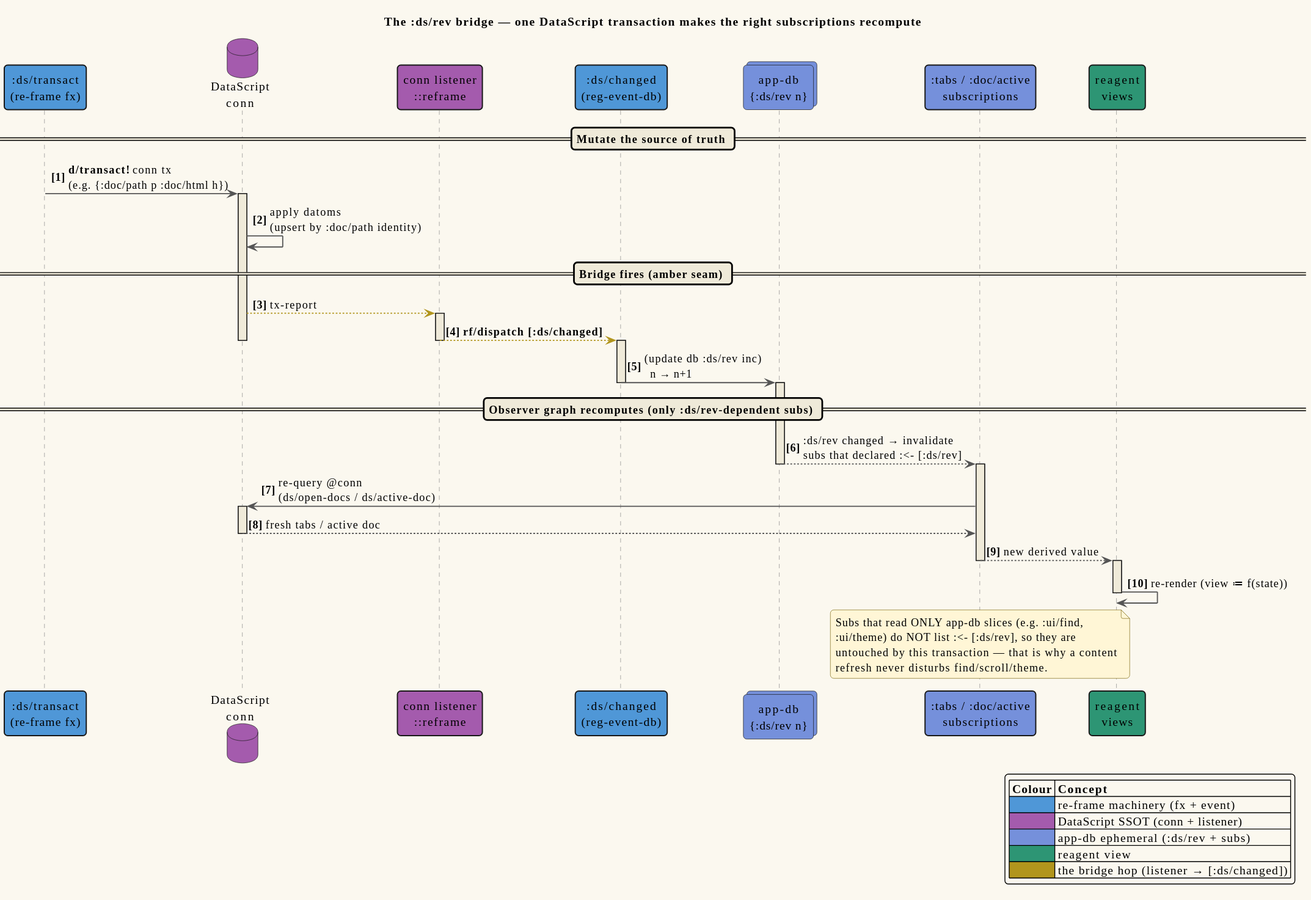
Above: docs/diagrams/object-ds-rev-bridge.svg in vinary-tree/vinary-viewer (PlantUML), before the change. Its source is kept beside it as docs/diagrams/object-ds-rev-bridge.puml. The source it was exported from:
```plantuml
@startuml object-ds-rev-bridge
!include _vv-theme.iuml

title The :ds/rev bridge — one DataScript transaction makes the right subscriptions recompute

autonumber "<b>[0]"

participant ":ds/transact\n(re-frame fx)" as FX #4F97D7
database "DataScript\nconn" as CONN #A45BAD
participant "conn listener\n::reframe" as LIS #A45BAD
participant ":ds/changed\n(reg-event-db)" as EV #4F97D7
collections "app-db\n{:ds/rev n}" as DB #7590DB
participant ":tabs / :doc/active\nsubscriptions" as SUB #7590DB
participant "reagent\nviews" as VIEW #2D9574

== Mutate the source of truth ==
FX -> CONN : **d/transact!** conn tx\n(e.g. {:doc/path p :doc/html h})
activate CONN
CONN -> CONN : apply datoms\n(upsert by :doc/path identity)

== Bridge fires (amber seam) ==
CONN -[#B1951D]-> LIS : tx-report
activate LIS
LIS -[#B1951D]-> EV : **rf/dispatch [:ds/changed]**
deactivate LIS
deactivate CONN
activate EV
EV -> DB : (update db :ds/rev inc)\n  n → n+1
deactivate EV
activate DB

== Observer graph recomputes (only :ds/rev-dependent subs) ==
DB --> SUB : :ds/rev changed → invalidate\nsubs that declared :<- [:ds/rev]
deactivate DB
activate SUB
SUB -> CONN : re-query @conn\n(ds/open-docs / ds/active-doc)
activate CONN
CONN --> SUB : fresh tabs / active doc
deactivate CONN
SUB --> VIEW : new derived value
deactivate SUB
activate VIEW
VIEW -> VIEW : re-render (view ≔ f(state))
deactivate VIEW

note over SUB
  Subs that read ONLY app-db slices (e.g. :ui/find,
  :ui/theme) do NOT list :<- [:ds/rev], so they are
  untouched by this transaction — that is why a content
  refresh never disturbs find/scroll/theme.
end note

legend right
  |= Colour |= Concept |
  |<#4F97D7>| re-frame machinery (fx + event) |
  |<#A45BAD>| DataScript SSOT (conn + listener) |
  |<#7590DB>| app-db ephemeral (:ds/rev + subs) |
  |<#2D9574>| reagent view |
  |<#B1951D>| the bridge hop (listener → [:ds/changed]) |
endlegend
@enduml
```
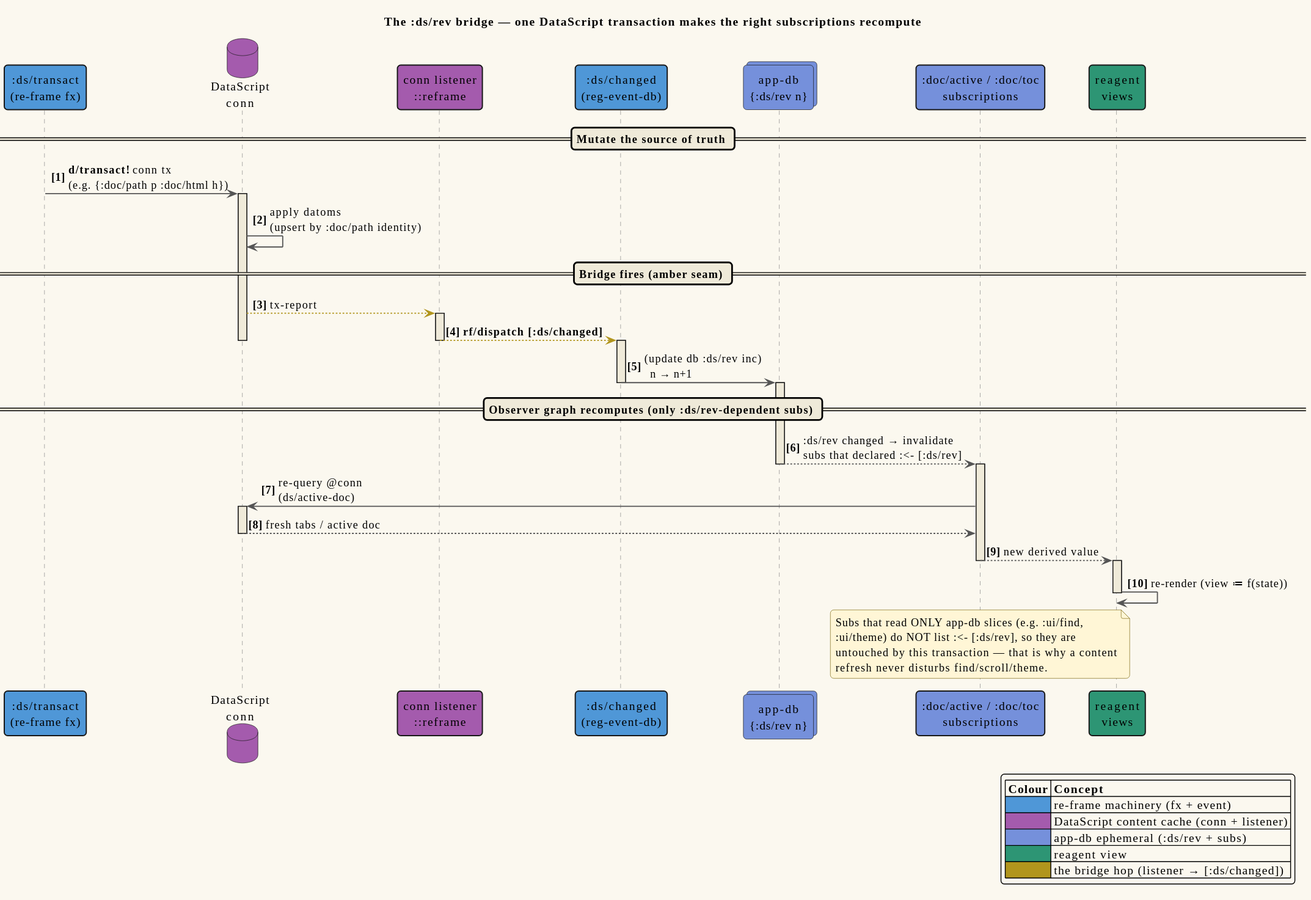
Above is the later version.

Diff of the diagram source:
```diff
@@ -10,7 +10,7 @@
 participant "conn listener\n::reframe" as LIS #A45BAD
 participant ":ds/changed\n(reg-event-db)" as EV #4F97D7
 collections "app-db\n{:ds/rev n}" as DB #7590DB
-participant ":tabs / :doc/active\nsubscriptions" as SUB #7590DB
+participant ":doc/active / :doc/toc\nsubscriptions" as SUB #7590DB
 participant "reagent\nviews" as VIEW #2D9574
 
 == Mutate the source of truth ==
@@ -33,7 +33,7 @@
 DB --> SUB : :ds/rev changed → invalidate\nsubs that declared :<- [:ds/rev]
 deactivate DB
 activate SUB
-SUB -> CONN : re-query @conn\n(ds/open-docs / ds/active-doc)
+SUB -> CONN : re-query @conn\n(ds/active-doc)
 activate CONN
 CONN --> SUB : fresh tabs / active doc
 deactivate CONN
@@ -53,7 +53,7 @@
 legend right
   |= Colour |= Concept |
   |<#4F97D7>| re-frame machinery (fx + event) |
-  |<#A45BAD>| DataScript SSOT (conn + listener) |
+  |<#A45BAD>| DataScript content cache (conn + listener) |
   |<#7590DB>| app-db ephemeral (:ds/rev + subs) |
   |<#2D9574>| reagent view |
   |<#B1951D>| the bridge hop (listener → [:ds/changed]) |
```
